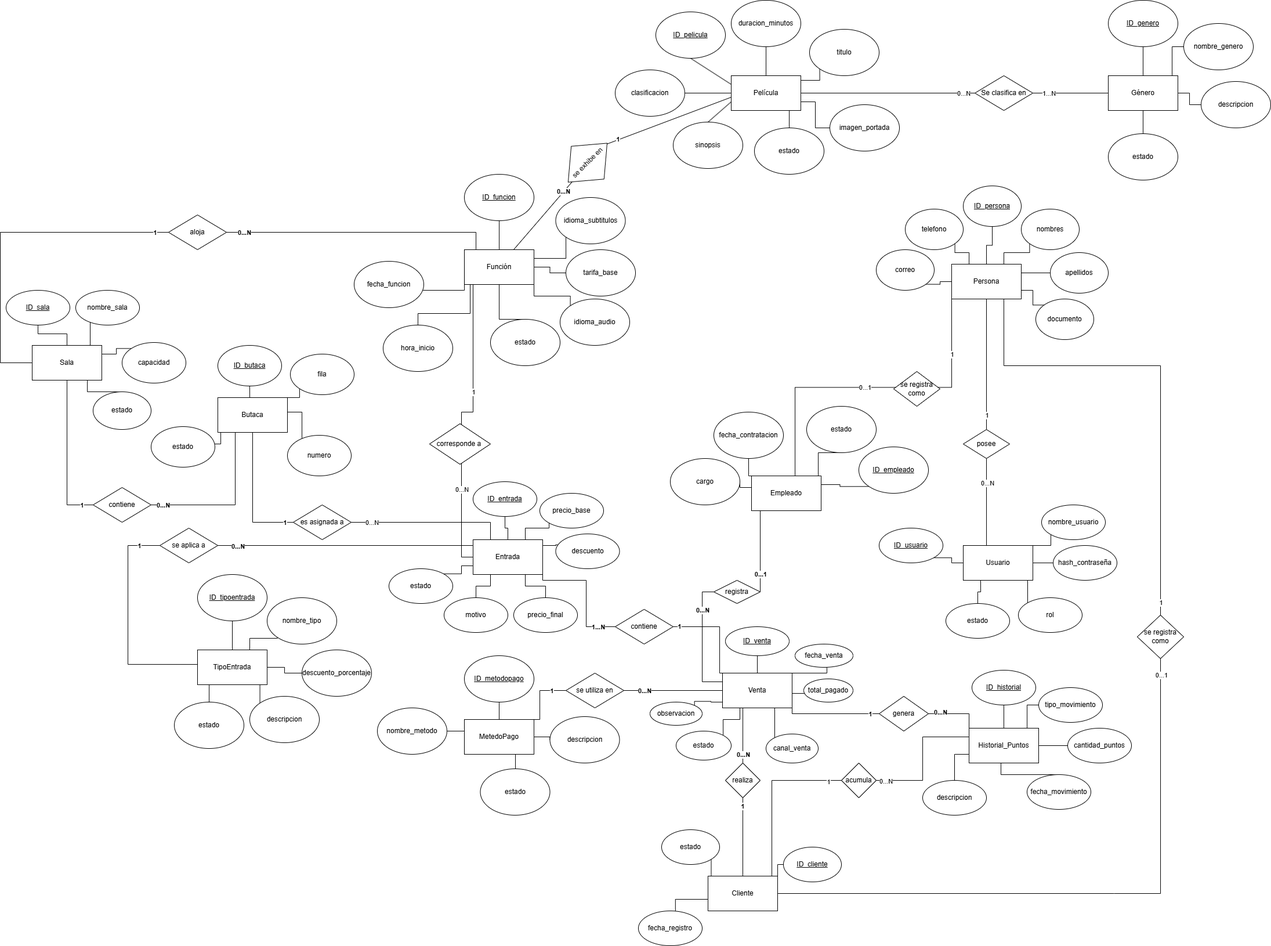
Ismael-Ort/proyecto-bd-cine keeps this draw.io diagram as modelos/conceptual/modelo conceptual.drawio.png. Above is the earlier version. Source tidied: cells renumbered, new cells last; positions are measured from the earlier drawing's top-left corner, leaving out a move shared by most shapes.
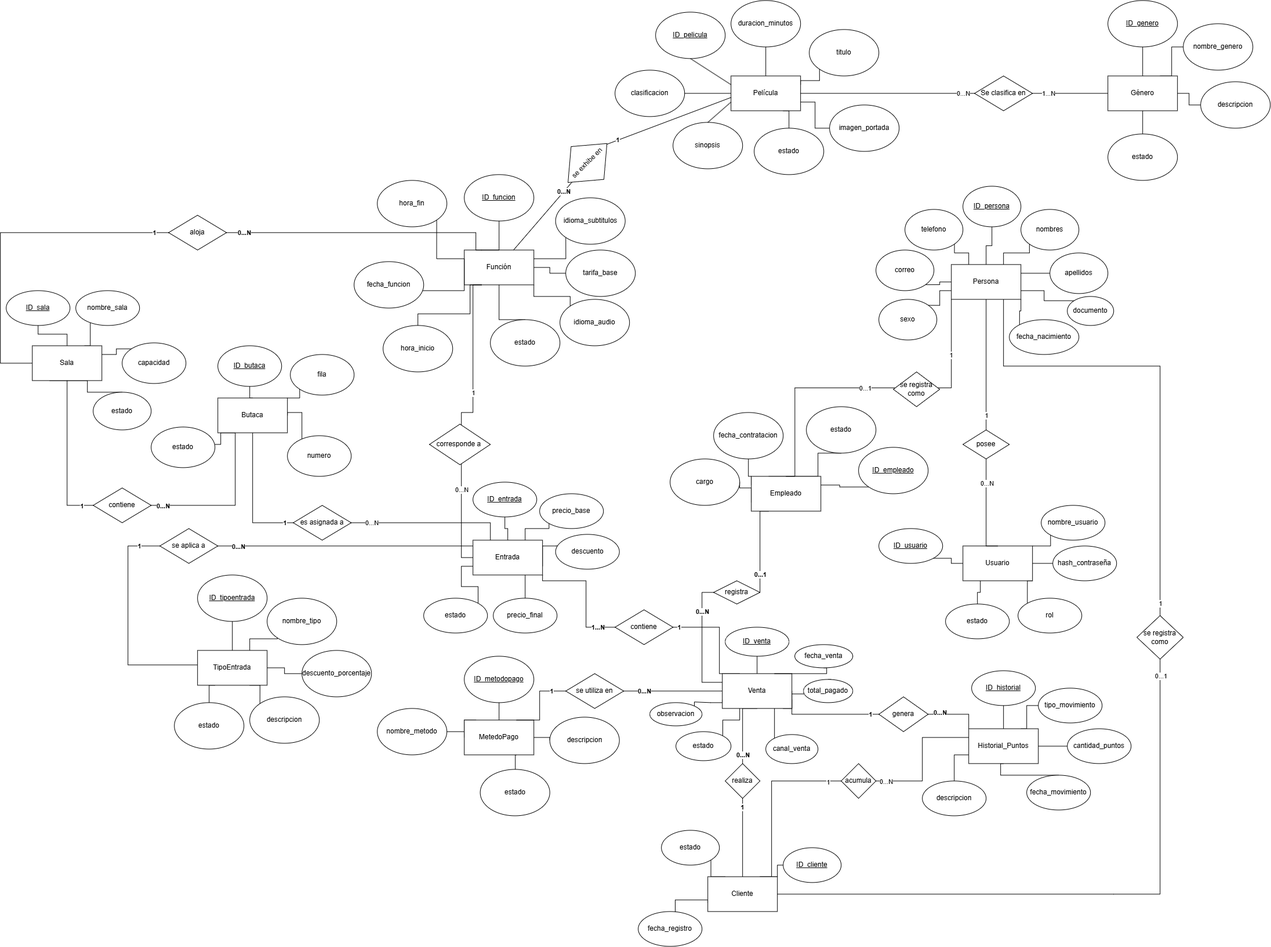
The same diagram one commit later.

Diff of the diagram source:
```diff
@@ -120,6 +120,9 @@
         </Array>
       </mxGeometry>
     </mxCell>
+    <mxCell id="229" style="edgeStyle=orthogonalEdgeStyle;rounded=0;jettySize=auto;html=1;exitX=0;exitY=0.25;exitDx=0;exitDy=0;entryX=1;entryY=1;entryDx=0;entryDy=0;endArrow=none;endFill=0;" parent="1" edge="1" source="25" target="232">
+      <mxGeometry relative="1" as="geometry" />
+    </mxCell>
     <mxCell id="25" value="Función" style="rounded=0;whiteSpace=wrap;html=1;" parent="1" vertex="1">
       <mxGeometry x="800" y="430" width="120" height="60" as="geometry" />
     </mxCell>
@@ -696,9 +699,6 @@
     <mxCell id="152" style="edgeStyle=orthogonalEdgeStyle;rounded=0;jettySize=auto;html=1;exitX=0.75;exitY=1;exitDx=0;exitDy=0;entryX=0.5;entryY=0;entryDx=0;entryDy=0;endArrow=none;endFill=0;" parent="1" edge="1" source="155" target="159">
       <mxGeometry relative="1" as="geometry" />
     </mxCell>
-    <mxCell id="153" style="edgeStyle=orthogonalEdgeStyle;rounded=0;jettySize=auto;html=1;exitX=0.25;exitY=1;exitDx=0;exitDy=0;entryX=0.5;entryY=0;entryDx=0;entryDy=0;endArrow=none;endFill=0;" parent="1" edge="1" source="155" target="160">
-      <mxGeometry relative="1" as="geometry" />
-    </mxCell>
     <mxCell id="154" style="edgeStyle=orthogonalEdgeStyle;rounded=0;jettySize=auto;html=1;exitX=0;exitY=0.75;exitDx=0;exitDy=0;entryX=1;entryY=0;entryDx=0;entryDy=0;endArrow=none;endFill=0;" parent="1" edge="1" source="155" target="161">
       <mxGeometry relative="1" as="geometry" />
     </mxCell>
@@ -715,13 +715,10 @@
       <mxGeometry x="957.5" y="920" width="110" height="60" as="geometry" />
     </mxCell>
     <mxCell id="159" value="precio_final" style="ellipse;whiteSpace=wrap;html=1;" parent="1" vertex="1">
-      <mxGeometry x="885" y="1030" width="110" height="60" as="geometry" />
+      <mxGeometry x="850" y="1030" width="110" height="60" as="geometry" />
     </mxCell>
-    <mxCell id="160" value="motivo" style="ellipse;whiteSpace=wrap;html=1;" parent="1" vertex="1">
-      <mxGeometry x="765" y="1030" width="110" height="60" as="geometry" />
-    </mxCell>
     <mxCell id="161" value="estado" style="ellipse;whiteSpace=wrap;html=1;" parent="1" vertex="1">
-      <mxGeometry x="670" y="980" width="110" height="60" as="geometry" />
+      <mxGeometry x="730" y="1030" width="110" height="60" as="geometry" />
     </mxCell>
     <mxCell id="162" style="edgeStyle=orthogonalEdgeStyle;rounded=0;jettySize=auto;html=1;exitX=0.5;exitY=0;exitDx=0;exitDy=0;entryX=0.5;entryY=1;entryDx=0;entryDy=0;endArrow=none;endFill=0;" parent="1" edge="1" source="167" target="168">
       <mxGeometry relative="1" as="geometry" />
@@ -928,6 +925,12 @@
     <mxCell id="213" value="0...N" style="edgeLabel;html=1;align=center;verticalAlign=middle;" parent="212" vertex="1">
       <mxGeometry x="-0.51" y="1" relative="1" as="geometry" />
     </mxCell>
+    <mxCell id="230" style="edgeStyle=orthogonalEdgeStyle;rounded=0;jettySize=auto;html=1;exitX=0;exitY=0.75;exitDx=0;exitDy=0;entryX=1;entryY=0;entryDx=0;entryDy=0;endArrow=none;endFill=0;" parent="1" edge="1" source="214" target="233">
+      <mxGeometry relative="1" as="geometry" />
+    </mxCell>
+    <mxCell id="231" style="edgeStyle=orthogonalEdgeStyle;rounded=0;jettySize=auto;html=1;exitX=1;exitY=1;exitDx=0;exitDy=0;entryX=0;entryY=0;entryDx=0;entryDy=0;endArrow=none;endFill=0;" parent="1" edge="1" source="214" target="234">
+      <mxGeometry relative="1" as="geometry" />
+    </mxCell>
     <mxCell id="214" value="Persona" style="rounded=0;whiteSpace=wrap;html=1;" parent="1" vertex="1">
       <mxGeometry x="1640" y="455" width="120" height="60" as="geometry" />
     </mxCell>
@@ -941,7 +944,7 @@
       <mxGeometry x="1810" y="435" width="100" height="70" as="geometry" />
     </mxCell>
     <mxCell id="218" value="documento" style="ellipse;whiteSpace=wrap;html=1;" parent="1" vertex="1">
-      <mxGeometry x="1785" y="515" width="100" height="70" as="geometry" />
+      <mxGeometry x="1840" y="510" width="80" height="50" as="geometry" />
     </mxCell>
     <mxCell id="219" value="telefono" style="ellipse;whiteSpace=wrap;html=1;" parent="1" vertex="1">
       <mxGeometry x="1560" y="360" width="100" height="70" as="geometry" />
@@ -973,5 +976,14 @@
     <mxCell id="228" value="posee" style="rhombus;whiteSpace=wrap;html=1;" parent="1" vertex="1">
       <mxGeometry x="1660" y="740" width="80" height="50" as="geometry" />
     </mxCell>
+    <mxCell id="232" value="hora_fin" style="ellipse;whiteSpace=wrap;html=1;" parent="1" vertex="1">
+      <mxGeometry x="650" y="310" width="120" height="80" as="geometry" />
+    </mxCell>
+    <mxCell id="233" value="sexo" style="ellipse;whiteSpace=wrap;html=1;" parent="1" vertex="1">
+      <mxGeometry x="1515" y="515" width="100" height="70" as="geometry" />
+    </mxCell>
+    <mxCell id="234" value="fecha_nacimiento" style="ellipse;whiteSpace=wrap;html=1;" parent="1" vertex="1">
+      <mxGeometry x="1740" y="550" width="120" height="60" as="geometry" />
+    </mxCell>
   </root>
 </mxGraphModel>
```
